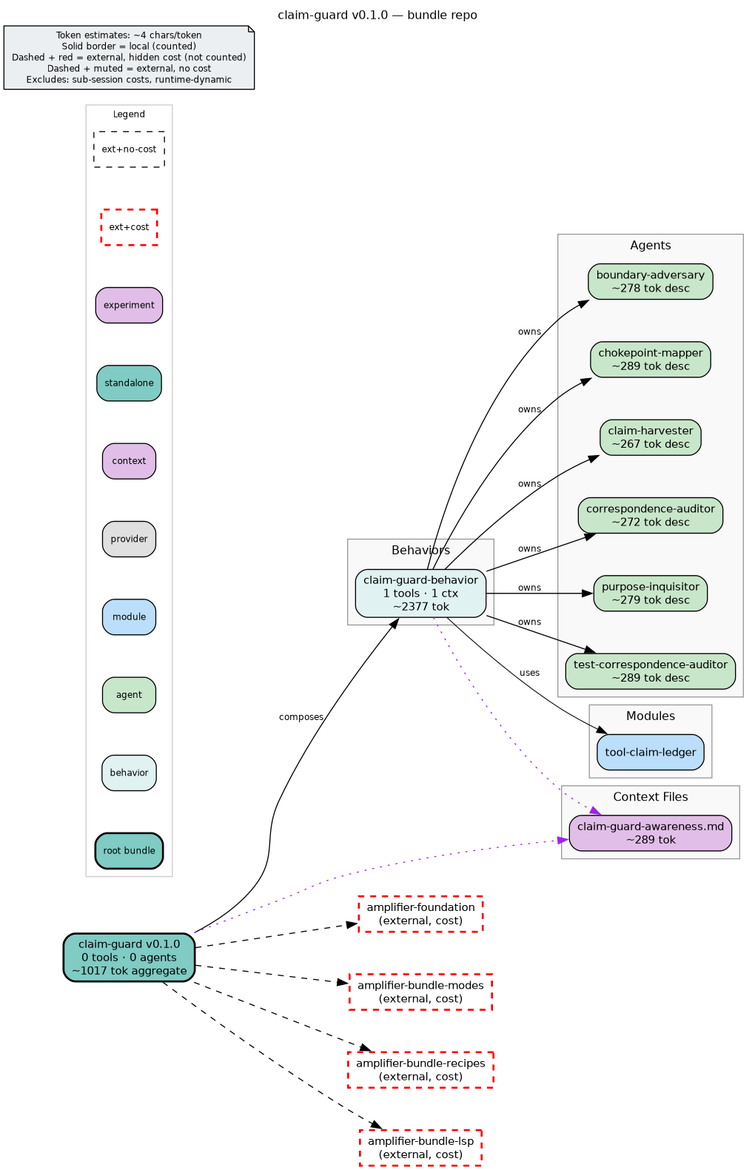
The Graphviz diagram bundle.png in colombod/amplifier-bundle-claim-guard, before a commit. Its source is kept beside it as bundle.dot.
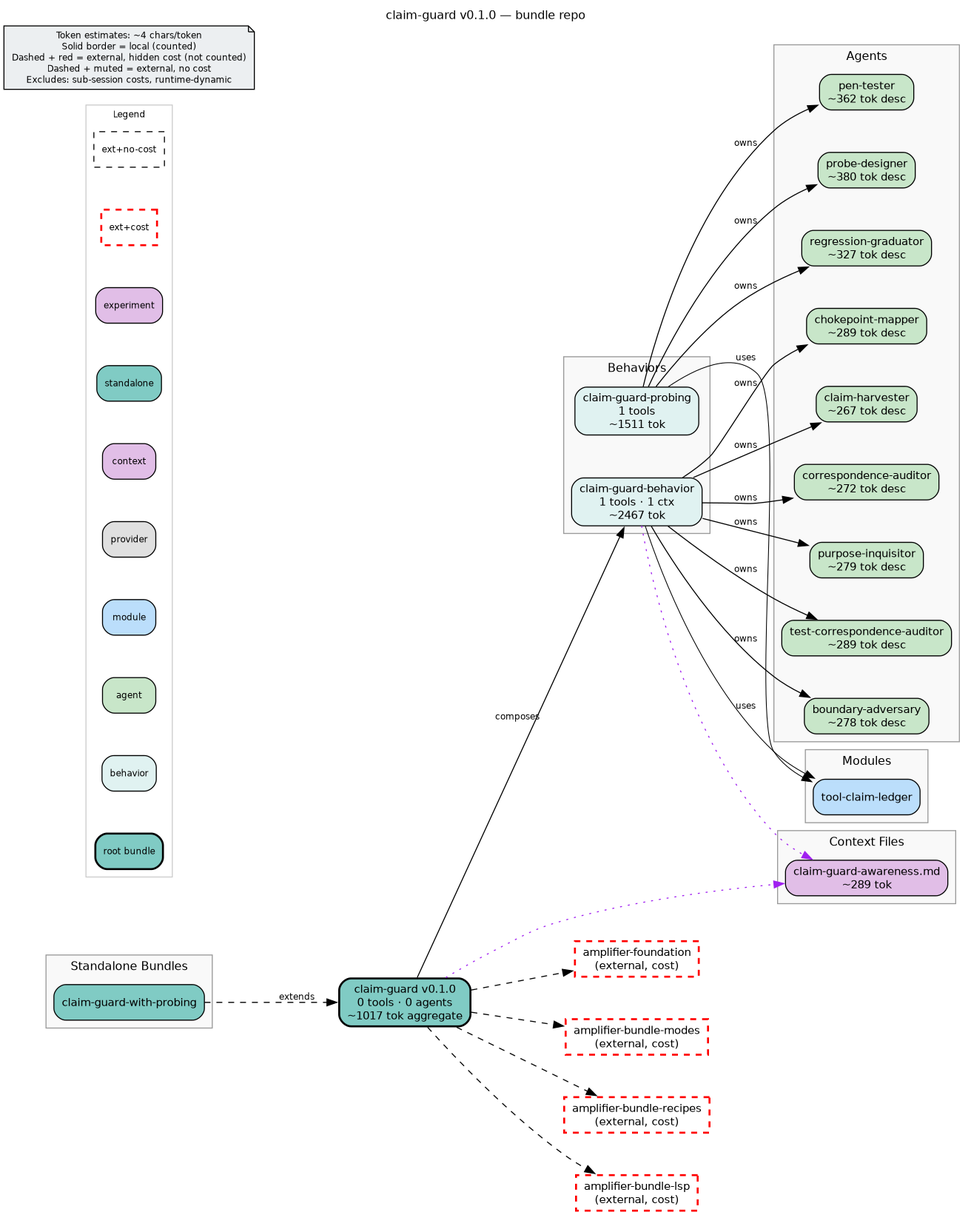
Later version of the same file.

Diff of the diagram source:
```diff
@@ -8,7 +8,7 @@
     nodesep=0.6
     ranksep=0.7
     bgcolor="white"
-    source_hash="70de1d39046074f7a01a2a8ddaf3aafaf55da0afdb57b41a8e46b4901963460b"
+    source_hash="0b29d288aca63537bf51101a67c644c3d4ea7bad8c50261d1d878be4f33cd397"
 
     node [fontname="Helvetica", fontsize=11, style="filled,rounded"]
     edge [fontname="Helvetica", fontsize=9]
@@ -21,7 +21,17 @@
         fillcolor="#f9f9f9"
         color="#999999"
 
-        beh_claim_guard_behavior [label="claim-guard-behavior\n1 tools · 1 ctx\n~2377 tok", shape=box, fillcolor="#e0f2f1", style="filled,rounded"]
+        beh_claim_guard_probing [label="claim-guard-probing\n1 tools\n~1511 tok", shape=box, fillcolor="#e0f2f1", style="filled,rounded"]
+        beh_claim_guard_behavior [label="claim-guard-behavior\n1 tools · 1 ctx\n~2467 tok", shape=box, fillcolor="#e0f2f1", style="filled,rounded"]
+    }
+
+    subgraph cluster_standalones {
+        label="Standalone Bundles"
+        style="filled"
+        fillcolor="#f9f9f9"
+        color="#999999"
+
+        sta_claim_guard_with_probing [label="claim-guard-with-probing", shape=box, fillcolor="#80cbc4", style="filled,rounded"]
     }
 
     subgraph cluster_agents {
@@ -34,7 +44,10 @@
         agt_chokepoint_mapper [label="chokepoint-mapper\n~289 tok desc", shape=box, fillcolor="#c8e6c9", style="filled,rounded"]
         agt_claim_harvester [label="claim-harvester\n~267 tok desc", shape=box, fillcolor="#c8e6c9", style="filled,rounded"]
         agt_correspondence_auditor [label="correspondence-auditor\n~272 tok desc", shape=box, fillcolor="#c8e6c9", style="filled,rounded"]
+        agt_pen_tester [label="pen-tester\n~362 tok desc", shape=box, fillcolor="#c8e6c9", style="filled,rounded"]
+        agt_probe_designer [label="probe-designer\n~380 tok desc", shape=box, fillcolor="#c8e6c9", style="filled,rounded"]
         agt_purpose_inquisitor [label="purpose-inquisitor\n~279 tok desc", shape=box, fillcolor="#c8e6c9", style="filled,rounded"]
+        agt_regression_graduator [label="regression-graduator\n~327 tok desc", shape=box, fillcolor="#c8e6c9", style="filled,rounded"]
         agt_test_correspondence_auditor [label="test-correspondence-auditor\n~289 tok desc", shape=box, fillcolor="#c8e6c9", style="filled,rounded"]
     }
 
@@ -87,6 +100,10 @@
     root_claim_guard -> ext_githttps___github_com_microsoft_amplifier_bundle_recipes_main [style=dashed]
     root_claim_guard -> ext_githttps___github_com_microsoft_amplifier_bundle_lsp_main [style=dashed]
     root_claim_guard -> beh_claim_guard_behavior [label="composes"]
+    beh_claim_guard_probing -> agt_probe_designer [label="owns"]
+    beh_claim_guard_probing -> agt_pen_tester [label="owns"]
+    beh_claim_guard_probing -> agt_regression_graduator [label="owns"]
+    beh_claim_guard_probing -> mod_tool_claim_ledger [label="uses", penwidth=0.8]
     beh_claim_guard_behavior -> agt_claim_harvester [label="owns"]
     beh_claim_guard_behavior -> agt_purpose_inquisitor [label="owns"]
     beh_claim_guard_behavior -> agt_correspondence_auditor [label="owns"]
@@ -96,4 +113,5 @@
     beh_claim_guard_behavior -> mod_tool_claim_ledger [label="uses", penwidth=0.8]
     beh_claim_guard_behavior -> ctx_claim_guard_awareness_md [style=dotted, color=purple]
     root_claim_guard -> ctx_claim_guard_awareness_md [style=dotted, color=purple]
+    sta_claim_guard_with_probing -> root_claim_guard [label="extends", style=dashed]
 }
```
